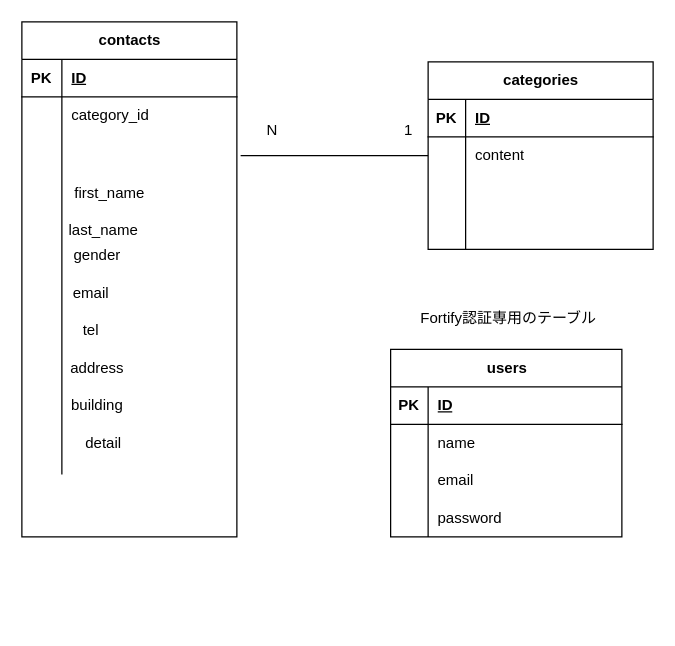
Earlier version of the draw.io diagram src/test01.drawio (takayuki2025/test01). Source tidied: cells renumbered, new cells numbered last; positions are measured from the earlier drawing's top-left corner, leaving out a move shared by most shapes. Both pictures are drawn from the tidied source at 125%, with x=0, y=0 at pixel (21, 21).
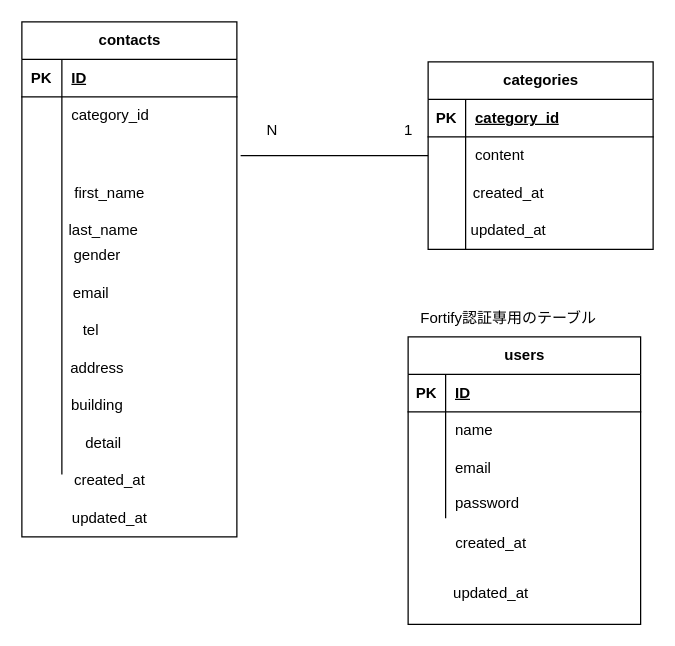
The same diagram, later.

The change refers to these unchanged cells:
```xml
<mxCell id="16" style="shape=tableRow;horizontal=0;startSize=0;swimlaneHead=0;swimlaneBody=0;fillColor=none;top=0;left=0;right=0;bottom=1;" parent="15" vertex="1">
  <mxGeometry y="30" width="180" height="30" as="geometry" />
</mxCell>
```

The edit, as a diff of the source:
```diff
@@
-    <mxCell id="18" value="ID" style="shape=partialRectangle;fillColor=none;top=0;left=0;bottom=0;right=0;align=left;spacingLeft=6;fontStyle=5;overflow=hidden;whiteSpace=wrap;html=1;" parent="16" vertex="1">
+    <mxCell id="18" value="category_id" style="shape=partialRectangle;fillColor=none;top=0;left=0;bottom=0;right=0;align=left;spacingLeft=6;fontStyle=5;overflow=hidden;whiteSpace=wrap;html=1;" parent="16" vertex="1">
       <mxGeometry x="30" width="150" height="30" as="geometry" />
     </mxCell>
@@
     <mxCell id="28" value="users" style="shape=table;startSize=30;childLayout=tableLayout;rowLines=0;fontStyle=1;align=center;html=1;" parent="1" vertex="1">
-      <mxGeometry x="295" y="262" width="185" height="150" as="geometry" />
+      <mxGeometry x="309" y="252" width="186" height="230" as="geometry" />
     </mxCell>
     <mxCell id="29" style="shape=tableRow;horizontal=0;startSize=0;swimlaneHead=0;swimlaneBody=0;fillColor=none;top=0;left=0;right=0;bottom=1;" parent="28" vertex="1">
-      <mxGeometry y="30" width="185" height="30" as="geometry" />
+      <mxGeometry y="30" width="186" height="30" as="geometry" />
     </mxCell>
@@
     <mxCell id="31" value="ID" style="shape=partialRectangle;fillColor=none;top=0;left=0;bottom=0;right=0;align=left;spacingLeft=6;fontStyle=5;overflow=hidden;whiteSpace=wrap;html=1;" parent="29" vertex="1">
-      <mxGeometry x="30" width="155" height="30" as="geometry" />
+      <mxGeometry x="30" width="156" height="30" as="geometry" />
     </mxCell>
     <mxCell id="32" style="shape=tableRow;horizontal=0;startSize=0;swimlaneHead=0;swimlaneBody=0;fillColor=none;top=0;left=0;right=0;bottom=0;" parent="28" vertex="1">
-      <mxGeometry y="60" width="185" height="30" as="geometry" />
+      <mxGeometry y="60" width="186" height="30" as="geometry" />
     </mxCell>
@@
     <mxCell id="34" value="name" style="shape=partialRectangle;fillColor=none;top=0;left=0;bottom=0;right=0;align=left;spacingLeft=6;overflow=hidden;whiteSpace=wrap;html=1;" parent="32" vertex="1">
-      <mxGeometry x="30" width="155" height="30" as="geometry" />
+      <mxGeometry x="30" width="156" height="30" as="geometry" />
     </mxCell>
     <mxCell id="35" style="shape=tableRow;horizontal=0;startSize=0;swimlaneHead=0;swimlaneBody=0;fillColor=none;top=0;left=0;right=0;bottom=0;" parent="28" vertex="1">
-      <mxGeometry y="90" width="185" height="30" as="geometry" />
+      <mxGeometry y="90" width="186" height="30" as="geometry" />
     </mxCell>
@@
     <mxCell id="37" value="email" style="shape=partialRectangle;fillColor=none;top=0;left=0;bottom=0;right=0;align=left;spacingLeft=6;overflow=hidden;whiteSpace=wrap;html=1;" parent="35" vertex="1">
-      <mxGeometry x="30" width="155" height="30" as="geometry" />
+      <mxGeometry x="30" width="156" height="30" as="geometry" />
     </mxCell>
     <mxCell id="38" style="shape=tableRow;horizontal=0;startSize=0;swimlaneHead=0;swimlaneBody=0;fillColor=none;top=0;left=0;right=0;bottom=0;" parent="28" vertex="1">
-      <mxGeometry y="120" width="185" height="30" as="geometry" />
+      <mxGeometry y="120" width="186" height="25" as="geometry" />
     </mxCell>
     <mxCell id="39" style="shape=partialRectangle;fillColor=none;top=0;left=0;bottom=0;right=0;overflow=hidden;whiteSpace=wrap;html=1;" parent="38" vertex="1">
-      <mxGeometry width="30" height="30" as="geometry" />
+      <mxGeometry width="30" height="25" as="geometry" />
     </mxCell>
     <mxCell id="40" value="password" style="shape=partialRectangle;fillColor=none;top=0;left=0;bottom=0;right=0;align=left;spacingLeft=6;overflow=hidden;whiteSpace=wrap;html=1;" parent="38" vertex="1">
-      <mxGeometry x="30" width="155" height="30" as="geometry" />
+      <mxGeometry x="30" width="156" height="25" as="geometry" />
     </mxCell>
@@
+    <mxCell id="53" value="created_at" style="text;html=1;align=center;verticalAlign=middle;strokeColor=none;fillColor=none;" parent="1" vertex="1">
+      <mxGeometry x="30" y="352" width="80" height="30" as="geometry" />
+    </mxCell>
+    <mxCell id="54" value="updated_at" style="text;html=1;align=center;verticalAlign=middle;strokeColor=none;fillColor=none;" parent="1" vertex="1">
+      <mxGeometry x="30" y="382" width="80" height="30" as="geometry" />
+    </mxCell>
+    <mxCell id="55" value="updated_at" style="text;html=1;align=center;verticalAlign=middle;strokeColor=none;fillColor=none;" parent="1" vertex="1">
+      <mxGeometry x="335" y="442" width="80" height="30" as="geometry" />
+    </mxCell>
+    <mxCell id="56" value="updated_at" style="text;html=1;align=center;verticalAlign=middle;strokeColor=none;fillColor=none;" parent="1" vertex="1">
+      <mxGeometry x="349" y="152" width="80" height="30" as="geometry" />
+    </mxCell>
+    <mxCell id="57" value="created_at" style="text;html=1;align=center;verticalAlign=middle;strokeColor=none;fillColor=none;" parent="1" vertex="1">
+      <mxGeometry x="349" y="122" width="80" height="30" as="geometry" />
+    </mxCell>
+    <mxCell id="58" value="created_at" style="text;html=1;align=center;verticalAlign=middle;strokeColor=none;fillColor=none;" parent="1" vertex="1">
+      <mxGeometry x="335" y="402" width="80" height="30" as="geometry" />
+    </mxCell>
```
